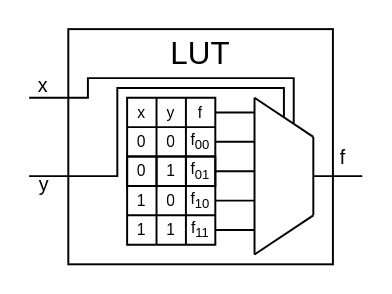
Before: .pic/Introduction/How FPGA works/fig_11.drawio.svg, a diagram exported from draw.io (MPSU/APS). Source tidied: cells renumbered, new cells last; positions are measured from the earlier drawing's top-left corner, leaving out a move shared by most shapes.
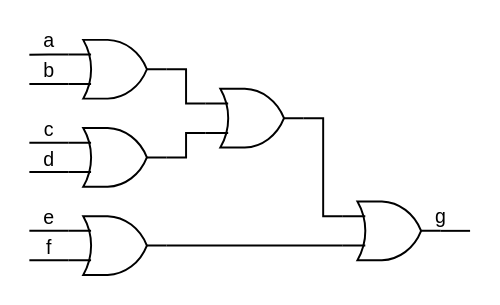
The same diagram one commit later.

Change to the diagram source:
```diff
@@ -2,176 +2,68 @@
   <root>
     <mxCell id="0" />
     <mxCell id="1" parent="0" />
-    <mxCell id="2" style="rounded=0;whiteSpace=wrap;html=1;labelBackgroundColor=none;strokeColor=#000000;fontColor=#000000;fillColor=none;strokeWidth=2;" parent="1" vertex="1">
-      <mxGeometry x="40" width="270" height="240" as="geometry" />
+    <mxCell id="2" style="edgeStyle=orthogonalEdgeStyle;rounded=0;jettySize=auto;html=1;exitX=1;exitY=0.5;exitDx=0;exitDy=0;exitPerimeter=0;entryX=0;entryY=0.25;entryDx=0;entryDy=0;entryPerimeter=0;labelBackgroundColor=none;endArrow=none;endFill=0;strokeColor=#000000;strokeWidth=2;fontSize=20;fontColor=#000000;" parent="1" edge="1" source="5" target="15">
+      <mxGeometry relative="1" as="geometry" />
     </mxCell>
-    <mxCell id="3" style="shape=table;startSize=0;fontSize=16;labelBackgroundColor=none;strokeColor=#000000;fontColor=#000000;fillColor=none;strokeWidth=2;" parent="1" vertex="1">
-      <mxGeometry x="100" y="70" width="90" height="90" as="geometry" />
+    <mxCell id="3" value="a" style="edgeStyle=orthogonalEdgeStyle;rounded=0;jettySize=auto;html=1;exitX=0;exitY=0.25;exitDx=0;exitDy=0;exitPerimeter=0;labelBackgroundColor=none;endArrow=none;endFill=0;strokeColor=#000000;fontColor=#000000;strokeWidth=2;fontSize=20;" parent="1" edge="1" source="5">
+      <mxGeometry x="-0.02" y="-15" relative="1" as="geometry">
+        <mxPoint x="-50" y="-44.7" as="targetPoint" />
+        <mxPoint x="15" y="-15" as="offset" />
+      </mxGeometry>
     </mxCell>
-    <mxCell id="4" style="shape=tableRow;horizontal=0;startSize=0;swimlaneHead=0;swimlaneBody=0;strokeColor=#000000;top=0;left=0;bottom=0;right=0;fillColor=none;points=[[0,0.5],[1,0.5]];portConstraint=eastwest;fontSize=16;labelBackgroundColor=none;fontColor=#000000;" parent="3" vertex="1">
-      <mxGeometry width="90" height="30" as="geometry" />
+    <mxCell id="4" value="b" style="edgeStyle=orthogonalEdgeStyle;rounded=0;jettySize=auto;html=1;exitX=0;exitY=0.75;exitDx=0;exitDy=0;exitPerimeter=0;labelBackgroundColor=none;endArrow=none;endFill=0;strokeColor=#000000;fontColor=#000000;strokeWidth=2;fontSize=20;" parent="1" edge="1" source="5">
+      <mxGeometry y="-15" relative="1" as="geometry">
+        <mxPoint x="-50" y="-15" as="targetPoint" />
+      </mxGeometry>
     </mxCell>
-    <mxCell id="5" value="x" style="shape=partialRectangle;html=1;whiteSpace=wrap;strokeColor=#000000;overflow=hidden;fillColor=none;top=0;left=0;bottom=0;right=0;fontSize=16;labelBackgroundColor=none;fontColor=#000000;" parent="4" vertex="1">
-      <mxGeometry width="30" height="30" as="geometry" />
+    <mxCell id="5" style="verticalLabelPosition=bottom;shadow=0;dashed=0;align=center;html=1;verticalAlign=top;shape=mxgraph.electrical.logic_gates.logic_gate;operation=or;labelBackgroundColor=none;strokeColor=#000000;fillColor=none;strokeWidth=2;fontSize=20;fontColor=#000000;" parent="1" vertex="1">
+      <mxGeometry x="-10" y="-60" width="100" height="60" as="geometry" />
     </mxCell>
-    <mxCell id="6" value="y" style="shape=partialRectangle;html=1;whiteSpace=wrap;strokeColor=#000000;overflow=hidden;fillColor=none;top=0;left=0;bottom=0;right=0;fontSize=16;labelBackgroundColor=none;fontColor=#000000;" parent="4" vertex="1">
-      <mxGeometry x="30" width="30" height="30" as="geometry" />
+    <mxCell id="6" style="edgeStyle=orthogonalEdgeStyle;rounded=0;jettySize=auto;html=1;exitX=1;exitY=0.5;exitDx=0;exitDy=0;exitPerimeter=0;entryX=0;entryY=0.75;entryDx=0;entryDy=0;entryPerimeter=0;labelBackgroundColor=none;endArrow=none;endFill=0;strokeColor=#000000;strokeWidth=2;fontSize=20;fontColor=#000000;" parent="1" edge="1" source="9" target="15">
+      <mxGeometry relative="1" as="geometry" />
     </mxCell>
-    <mxCell id="7" value="f" style="shape=partialRectangle;html=1;whiteSpace=wrap;strokeColor=#000000;overflow=hidden;fillColor=none;top=0;left=0;bottom=0;right=0;fontSize=16;labelBackgroundColor=none;fontColor=#000000;" parent="4" vertex="1">
-      <mxGeometry x="60" width="30" height="30" as="geometry" />
+    <mxCell id="7" value="c" style="edgeStyle=orthogonalEdgeStyle;rounded=0;jettySize=auto;html=1;exitX=0;exitY=0.25;exitDx=0;exitDy=0;exitPerimeter=0;labelBackgroundColor=none;endArrow=none;endFill=0;strokeColor=#000000;fontColor=#000000;strokeWidth=2;fontSize=20;" parent="1" edge="1" source="9">
+      <mxGeometry y="-15" relative="1" as="geometry">
+        <mxPoint x="-50" y="45" as="targetPoint" />
+      </mxGeometry>
     </mxCell>
-    <mxCell id="8" style="shape=tableRow;horizontal=0;startSize=0;swimlaneHead=0;swimlaneBody=0;strokeColor=#000000;top=0;left=0;bottom=0;right=0;fillColor=none;points=[[0,0.5],[1,0.5]];portConstraint=eastwest;fontSize=16;labelBackgroundColor=none;fontColor=#000000;" parent="3" vertex="1">
-      <mxGeometry y="30" width="90" height="30" as="geometry" />
+    <mxCell id="8" value="d" style="edgeStyle=orthogonalEdgeStyle;rounded=0;jettySize=auto;html=1;exitX=0;exitY=0.75;exitDx=0;exitDy=0;exitPerimeter=0;labelBackgroundColor=none;endArrow=none;endFill=0;strokeColor=#000000;fontColor=#000000;strokeWidth=2;fontSize=20;" parent="1" edge="1" source="9">
+      <mxGeometry y="-15" relative="1" as="geometry">
+        <mxPoint x="-50" y="75" as="targetPoint" />
+      </mxGeometry>
     </mxCell>
-    <mxCell id="9" value="0" style="shape=partialRectangle;html=1;whiteSpace=wrap;strokeColor=#000000;overflow=hidden;fillColor=none;top=0;left=0;bottom=0;right=0;fontSize=16;labelBackgroundColor=none;fontColor=#000000;" parent="8" vertex="1">
-      <mxGeometry width="30" height="30" as="geometry" />
+    <mxCell id="9" style="verticalLabelPosition=bottom;shadow=0;dashed=0;align=center;html=1;verticalAlign=top;shape=mxgraph.electrical.logic_gates.logic_gate;operation=or;labelBackgroundColor=none;strokeColor=#000000;fillColor=none;strokeWidth=2;fontSize=20;fontColor=#000000;" parent="1" vertex="1">
+      <mxGeometry x="-10" y="30" width="100" height="60" as="geometry" />
     </mxCell>
-    <mxCell id="10" value="0" style="shape=partialRectangle;html=1;whiteSpace=wrap;strokeColor=#000000;overflow=hidden;fillColor=none;top=0;left=0;bottom=0;right=0;fontSize=16;labelBackgroundColor=none;fontColor=#000000;" parent="8" vertex="1">
-      <mxGeometry x="30" width="30" height="30" as="geometry" />
+    <mxCell id="10" style="edgeStyle=orthogonalEdgeStyle;rounded=0;jettySize=auto;html=1;exitX=1;exitY=0.5;exitDx=0;exitDy=0;exitPerimeter=0;entryX=0;entryY=0.75;entryDx=0;entryDy=0;entryPerimeter=0;labelBackgroundColor=none;endArrow=none;endFill=0;strokeColor=#000000;strokeWidth=2;fontSize=20;fontColor=#000000;" parent="1" edge="1" source="13" target="17">
+      <mxGeometry relative="1" as="geometry" />
     </mxCell>
-    <mxCell id="11" value="f&lt;sub&gt;00&lt;/sub&gt;" style="shape=partialRectangle;html=1;whiteSpace=wrap;strokeColor=#000000;overflow=hidden;fillColor=none;top=0;left=0;bottom=0;right=0;fontSize=16;labelBackgroundColor=none;fontColor=#000000;" parent="8" vertex="1">
-      <mxGeometry x="60" width="30" height="30" as="geometry" />
+    <mxCell id="11" value="e" style="edgeStyle=orthogonalEdgeStyle;rounded=0;jettySize=auto;html=1;exitX=0;exitY=0.25;exitDx=0;exitDy=0;exitPerimeter=0;labelBackgroundColor=none;endArrow=none;endFill=0;strokeColor=#000000;fontColor=#000000;strokeWidth=2;fontSize=20;" parent="1" edge="1" source="13">
+      <mxGeometry y="-15" relative="1" as="geometry">
+        <mxPoint x="-50" y="135" as="targetPoint" />
+      </mxGeometry>
     </mxCell>
-    <mxCell id="12" style="shape=tableRow;horizontal=0;startSize=0;swimlaneHead=0;swimlaneBody=0;strokeColor=#000000;top=0;left=0;bottom=0;right=0;fillColor=none;fontSize=16;labelBackgroundColor=none;fontColor=#000000;" parent="3" vertex="1">
-      <mxGeometry y="60" width="90" height="30" as="geometry" />
+    <mxCell id="12" value="f" style="edgeStyle=orthogonalEdgeStyle;rounded=0;jettySize=auto;html=1;exitX=0;exitY=0.75;exitDx=0;exitDy=0;exitPerimeter=0;labelBackgroundColor=none;endArrow=none;endFill=0;strokeColor=#000000;fontColor=#000000;strokeWidth=2;fontSize=20;" parent="1" edge="1" source="13">
+      <mxGeometry y="-15" relative="1" as="geometry">
+        <mxPoint x="-50" y="165" as="targetPoint" />
+      </mxGeometry>
     </mxCell>
-    <mxCell id="13" value="0" style="shape=partialRectangle;html=1;whiteSpace=wrap;strokeColor=#000000;overflow=hidden;fillColor=none;top=0;left=0;bottom=0;right=0;fontSize=16;labelBackgroundColor=none;fontColor=#000000;" parent="12" vertex="1">
-      <mxGeometry width="30" height="30" as="geometry" />
+    <mxCell id="13" style="verticalLabelPosition=bottom;shadow=0;dashed=0;align=center;html=1;verticalAlign=top;shape=mxgraph.electrical.logic_gates.logic_gate;operation=or;labelBackgroundColor=none;strokeColor=#000000;fillColor=none;strokeWidth=2;fontSize=20;fontColor=#000000;" parent="1" vertex="1">
+      <mxGeometry x="-10" y="120" width="100" height="60" as="geometry" />
     </mxCell>
-    <mxCell id="14" value="1" style="shape=partialRectangle;html=1;whiteSpace=wrap;strokeColor=#000000;overflow=hidden;fillColor=none;top=0;left=0;bottom=0;right=0;fontSize=16;labelBackgroundColor=none;fontColor=#000000;" parent="12" vertex="1">
-      <mxGeometry x="30" width="30" height="30" as="geometry" />
+    <mxCell id="14" style="edgeStyle=orthogonalEdgeStyle;rounded=0;jettySize=auto;html=1;exitX=1;exitY=0.5;exitDx=0;exitDy=0;exitPerimeter=0;entryX=0;entryY=0.25;entryDx=0;entryDy=0;entryPerimeter=0;labelBackgroundColor=none;endArrow=none;endFill=0;strokeColor=#000000;strokeWidth=2;fontSize=20;fontColor=#000000;" parent="1" edge="1" source="15" target="17">
+      <mxGeometry relative="1" as="geometry" />
     </mxCell>
-    <mxCell id="15" style="shape=partialRectangle;html=1;whiteSpace=wrap;strokeColor=#000000;overflow=hidden;fillColor=none;top=0;left=0;bottom=0;right=0;fontSize=16;labelBackgroundColor=none;fontColor=#000000;" parent="12" vertex="1">
-      <mxGeometry x="60" width="30" height="30" as="geometry" />
+    <mxCell id="15" style="verticalLabelPosition=bottom;shadow=0;dashed=0;align=center;html=1;verticalAlign=top;shape=mxgraph.electrical.logic_gates.logic_gate;operation=or;labelBackgroundColor=none;fillColor=none;strokeColor=#000000;strokeWidth=2;fontSize=20;fontColor=#000000;" parent="1" vertex="1">
+      <mxGeometry x="130" y="-10" width="100" height="60" as="geometry" />
     </mxCell>
-    <mxCell id="16" style="shape=table;startSize=0;fontSize=16;labelBackgroundColor=none;strokeColor=#000000;fontColor=#000000;fillColor=none;strokeWidth=2;" parent="1" vertex="1">
-      <mxGeometry x="100" y="130" width="90" height="90" as="geometry" />
+    <mxCell id="16" value="g" style="edgeStyle=orthogonalEdgeStyle;rounded=0;jettySize=auto;html=1;exitX=1;exitY=0.5;exitDx=0;exitDy=0;exitPerimeter=0;labelBackgroundColor=none;endArrow=none;endFill=0;strokeColor=#000000;fontColor=#000000;strokeWidth=2;fontSize=20;" parent="1" edge="1" source="17">
+      <mxGeometry x="-1" y="15" relative="1" as="geometry">
+        <mxPoint x="400" y="135" as="targetPoint" />
+      </mxGeometry>
     </mxCell>
-    <mxCell id="17" style="shape=tableRow;horizontal=0;startSize=0;swimlaneHead=0;swimlaneBody=0;strokeColor=#000000;top=0;left=0;bottom=0;right=0;fillColor=none;points=[[0,0.5],[1,0.5]];portConstraint=eastwest;fontSize=16;labelBackgroundColor=none;fontColor=#000000;" parent="16" vertex="1">
-      <mxGeometry width="90" height="30" as="geometry" />
+    <mxCell id="17" style="verticalLabelPosition=bottom;shadow=0;dashed=0;align=center;html=1;verticalAlign=top;shape=mxgraph.electrical.logic_gates.logic_gate;operation=or;labelBackgroundColor=none;fillColor=none;strokeColor=#000000;strokeWidth=2;fontSize=20;fontColor=#000000;" parent="1" vertex="1">
+      <mxGeometry x="270" y="105" width="100" height="60" as="geometry" />
     </mxCell>
-    <mxCell id="18" style="shape=partialRectangle;html=1;whiteSpace=wrap;strokeColor=#000000;overflow=hidden;fillColor=none;top=0;left=0;bottom=0;right=0;fontSize=16;labelBackgroundColor=none;fontColor=#000000;" parent="17" vertex="1">
-      <mxGeometry width="30" height="30" as="geometry" />
-    </mxCell>
-    <mxCell id="19" style="shape=partialRectangle;html=1;whiteSpace=wrap;strokeColor=#000000;overflow=hidden;fillColor=none;top=0;left=0;bottom=0;right=0;fontSize=16;labelBackgroundColor=none;fontColor=#000000;" parent="17" vertex="1">
-      <mxGeometry x="30" width="30" height="30" as="geometry" />
-    </mxCell>
-    <mxCell id="20" value="f&lt;sub&gt;01&lt;/sub&gt;" style="shape=partialRectangle;html=1;whiteSpace=wrap;strokeColor=#000000;overflow=hidden;fillColor=none;top=0;left=0;bottom=0;right=0;fontSize=16;labelBackgroundColor=none;fontColor=#000000;" parent="17" vertex="1">
-      <mxGeometry x="60" width="30" height="30" as="geometry" />
-    </mxCell>
-    <mxCell id="21" style="shape=tableRow;horizontal=0;startSize=0;swimlaneHead=0;swimlaneBody=0;strokeColor=#000000;top=0;left=0;bottom=0;right=0;fillColor=none;points=[[0,0.5],[1,0.5]];portConstraint=eastwest;fontSize=16;labelBackgroundColor=none;fontColor=#000000;" parent="16" vertex="1">
-      <mxGeometry y="30" width="90" height="30" as="geometry" />
-    </mxCell>
-    <mxCell id="22" value="1" style="shape=partialRectangle;html=1;whiteSpace=wrap;strokeColor=#000000;overflow=hidden;fillColor=none;top=0;left=0;bottom=0;right=0;fontSize=16;labelBackgroundColor=none;fontColor=#000000;" parent="21" vertex="1">
-      <mxGeometry width="30" height="30" as="geometry" />
-    </mxCell>
-    <mxCell id="23" value="0" style="shape=partialRectangle;html=1;whiteSpace=wrap;strokeColor=#000000;overflow=hidden;fillColor=none;top=0;left=0;bottom=0;right=0;fontSize=16;labelBackgroundColor=none;fontColor=#000000;" parent="21" vertex="1">
-      <mxGeometry x="30" width="30" height="30" as="geometry" />
-    </mxCell>
-    <mxCell id="24" value="f&lt;sub&gt;10&lt;/sub&gt;" style="shape=partialRectangle;html=1;whiteSpace=wrap;strokeColor=#000000;overflow=hidden;fillColor=none;top=0;left=0;bottom=0;right=0;fontSize=16;labelBackgroundColor=none;fontColor=#000000;" parent="21" vertex="1">
-      <mxGeometry x="60" width="30" height="30" as="geometry" />
-    </mxCell>
-    <mxCell id="25" style="shape=tableRow;horizontal=0;startSize=0;swimlaneHead=0;swimlaneBody=0;strokeColor=#000000;top=0;left=0;bottom=0;right=0;fillColor=none;points=[[0,0.5],[1,0.5]];portConstraint=eastwest;fontSize=16;labelBackgroundColor=none;fontColor=#000000;" parent="16" vertex="1">
-      <mxGeometry y="60" width="90" height="30" as="geometry" />
-    </mxCell>
-    <mxCell id="26" value="1" style="shape=partialRectangle;html=1;whiteSpace=wrap;strokeColor=#000000;overflow=hidden;fillColor=none;top=0;left=0;bottom=0;right=0;fontSize=16;labelBackgroundColor=none;fontColor=#000000;" parent="25" vertex="1">
-      <mxGeometry width="30" height="30" as="geometry" />
-    </mxCell>
-    <mxCell id="27" value="1" style="shape=partialRectangle;html=1;whiteSpace=wrap;strokeColor=#000000;overflow=hidden;fillColor=none;top=0;left=0;bottom=0;right=0;fontSize=16;labelBackgroundColor=none;fontColor=#000000;" parent="25" vertex="1">
-      <mxGeometry x="30" width="30" height="30" as="geometry" />
-    </mxCell>
-    <mxCell id="28" value="f&lt;sub&gt;11&lt;/sub&gt;" style="shape=partialRectangle;html=1;whiteSpace=wrap;strokeColor=#000000;overflow=hidden;fillColor=none;top=0;left=0;bottom=0;right=0;fontSize=16;labelBackgroundColor=none;fontColor=#000000;" parent="25" vertex="1">
-      <mxGeometry x="60" width="30" height="30" as="geometry" />
-    </mxCell>
-    <mxCell id="29" style="endArrow=none;html=1;rounded=0;labelBackgroundColor=none;strokeColor=#000000;fontColor=#000000;exitX=1;exitY=0.5;exitDx=0;exitDy=0;strokeWidth=2;" parent="1" edge="1" source="4">
-      <mxGeometry relative="1" as="geometry">
-        <mxPoint x="230" y="85" as="targetPoint" />
-      </mxGeometry>
-    </mxCell>
-    <mxCell id="30" style="endArrow=none;html=1;rounded=0;labelBackgroundColor=none;strokeColor=#000000;fontColor=#000000;exitX=1;exitY=0.5;exitDx=0;exitDy=0;strokeWidth=2;" parent="1" edge="1" source="8">
-      <mxGeometry relative="1" as="geometry">
-        <mxPoint x="230" y="115" as="targetPoint" />
-      </mxGeometry>
-    </mxCell>
-    <mxCell id="31" style="endArrow=none;html=1;rounded=0;labelBackgroundColor=none;strokeColor=#000000;fontColor=#000000;exitX=1;exitY=0.5;exitDx=0;exitDy=0;strokeWidth=2;" parent="1" edge="1" source="21">
-      <mxGeometry relative="1" as="geometry">
-        <mxPoint x="230" y="175" as="targetPoint" />
-      </mxGeometry>
-    </mxCell>
-    <mxCell id="32" style="endArrow=none;html=1;rounded=0;labelBackgroundColor=none;strokeColor=#000000;fontColor=#000000;exitX=1;exitY=0.5;exitDx=0;exitDy=0;strokeWidth=2;" parent="1" edge="1" source="17">
-      <mxGeometry relative="1" as="geometry">
-        <mxPoint x="230" y="145" as="targetPoint" />
-      </mxGeometry>
-    </mxCell>
-    <mxCell id="33" style="endArrow=none;html=1;rounded=0;labelBackgroundColor=none;strokeColor=#000000;fontColor=#000000;exitX=1;exitY=0.5;exitDx=0;exitDy=0;strokeWidth=2;" parent="1" edge="1" source="25">
-      <mxGeometry relative="1" as="geometry">
-        <mxPoint x="230" y="205" as="targetPoint" />
-      </mxGeometry>
-    </mxCell>
-    <mxCell id="34" style="endArrow=none;html=1;rounded=0;labelBackgroundColor=none;strokeColor=#000000;fontColor=#000000;strokeWidth=2;" parent="1" edge="1">
-      <mxGeometry relative="1" as="geometry">
-        <mxPoint x="230" y="230" as="sourcePoint" />
-        <mxPoint x="230" y="70" as="targetPoint" />
-      </mxGeometry>
-    </mxCell>
-    <mxCell id="35" style="endArrow=none;html=1;rounded=0;labelBackgroundColor=none;strokeColor=#000000;fontColor=#000000;strokeWidth=2;" parent="1" edge="1">
-      <mxGeometry relative="1" as="geometry">
-        <mxPoint x="230" y="230" as="sourcePoint" />
-        <mxPoint x="290" y="190" as="targetPoint" />
-      </mxGeometry>
-    </mxCell>
-    <mxCell id="36" style="endArrow=none;html=1;rounded=0;labelBackgroundColor=none;strokeColor=#000000;fontColor=#000000;strokeWidth=2;" parent="1" edge="1">
-      <mxGeometry relative="1" as="geometry">
-        <mxPoint x="230" y="70" as="sourcePoint" />
-        <mxPoint x="290" y="110" as="targetPoint" />
-      </mxGeometry>
-    </mxCell>
-    <mxCell id="37" style="endArrow=none;html=1;rounded=0;labelBackgroundColor=none;strokeColor=#000000;fontColor=#000000;strokeWidth=2;" parent="1" edge="1">
-      <mxGeometry relative="1" as="geometry">
-        <mxPoint x="290" y="190" as="sourcePoint" />
-        <mxPoint x="290" y="110" as="targetPoint" />
-      </mxGeometry>
-    </mxCell>
-    <mxCell id="38" style="endArrow=none;html=1;rounded=0;labelBackgroundColor=none;strokeColor=#000000;fontColor=#000000;strokeWidth=2;" parent="1" edge="1">
-      <mxGeometry relative="1" as="geometry">
-        <mxPoint x="260" y="90" as="sourcePoint" />
-        <mxPoint y="150" as="targetPoint" />
-        <Array as="points">
-          <mxPoint x="260" y="60" />
-          <mxPoint x="90" y="60" />
-          <mxPoint x="90" y="150" />
-        </Array>
-      </mxGeometry>
-    </mxCell>
-    <mxCell id="39" value="y" style="edgeLabel;html=1;align=center;verticalAlign=middle;fontColor=#000000;labelBackgroundColor=none;fontSize=20;" parent="38" vertex="1">
-      <mxGeometry x="0.91" relative="1" as="geometry">
-        <mxPoint x="-2" y="8" as="offset" />
-      </mxGeometry>
-    </mxCell>
-    <mxCell id="40" style="endArrow=none;html=1;rounded=0;labelBackgroundColor=none;strokeColor=#000000;fontColor=#000000;strokeWidth=2;" parent="1" edge="1">
-      <mxGeometry relative="1" as="geometry">
-        <mxPoint x="270" y="96" as="sourcePoint" />
-        <mxPoint y="70" as="targetPoint" />
-        <Array as="points">
-          <mxPoint x="270" y="50" />
-          <mxPoint x="60" y="50" />
-          <mxPoint x="60" y="70" />
-        </Array>
-      </mxGeometry>
-    </mxCell>
-    <mxCell id="41" value="x" style="edgeLabel;html=1;align=center;verticalAlign=middle;fontColor=#000000;labelBackgroundColor=none;fontSize=20;" parent="40" vertex="1">
-      <mxGeometry x="0.92" y="-1" relative="1" as="geometry">
-        <mxPoint y="-12" as="offset" />
-      </mxGeometry>
-    </mxCell>
-    <mxCell id="42" value="f" style="endArrow=none;html=1;rounded=0;labelBackgroundColor=none;strokeColor=#000000;fontColor=#000000;strokeWidth=2;fontSize=20;" parent="1" edge="1">
-      <mxGeometry x="0.2" y="20" relative="1" as="geometry">
-        <mxPoint x="290" y="150" as="sourcePoint" />
-        <mxPoint x="340" y="150" as="targetPoint" />
-      </mxGeometry>
-    </mxCell>
-    <mxCell id="43" value="&lt;font style=&quot;font-size: 32px;&quot;&gt;&lt;font style=&quot;font-size: 32px;&quot;&gt;LUT&lt;/font&gt;&lt;/font&gt;" style="text;html=1;strokeColor=none;fillColor=none;align=center;verticalAlign=middle;whiteSpace=wrap;rounded=0;fontColor=#000000;fontSize=32;" parent="1" vertex="1">
-      <mxGeometry x="145" y="10" width="60" height="30" as="geometry" />
-    </mxCell>
   </root>
 </mxGraphModel>
```
